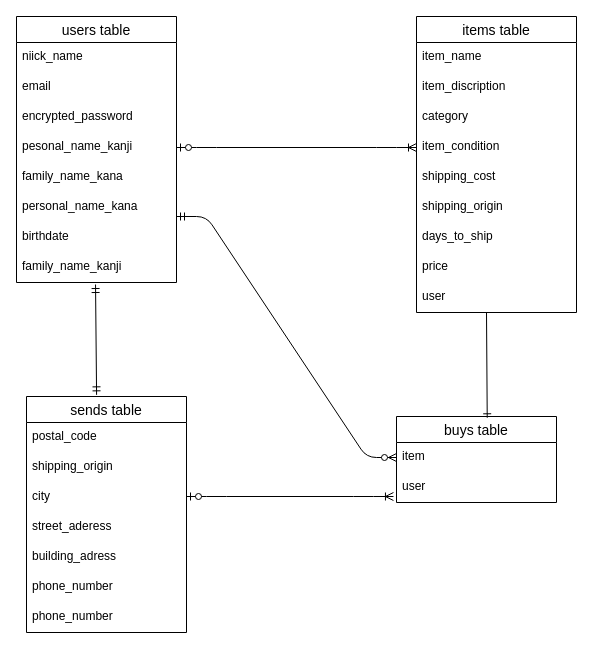
The draw.io diagram furima.dio in jony884/furima-39676, before the edit. Source tidied: cells renumbered, new cells numbered last; positions are measured from the earlier drawing's top-left corner, leaving out a move shared by most shapes. Both pictures are drawn from the tidied source at 100%, with x=0, y=0 at pixel (16, 16).
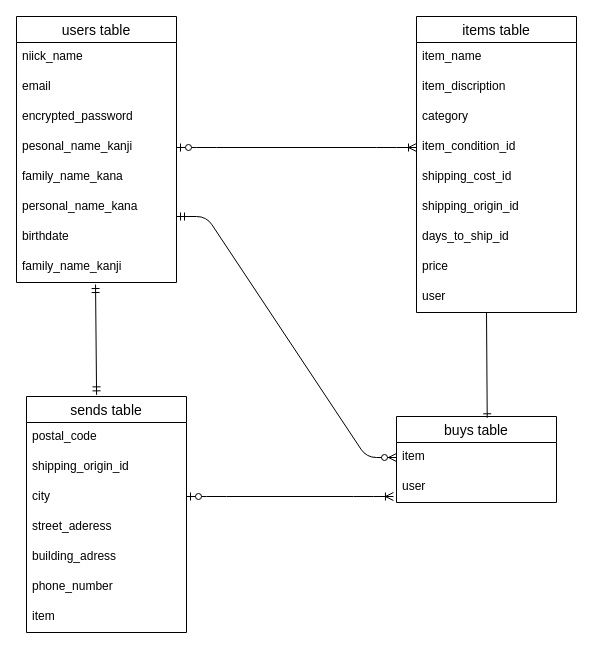
The same page after the edit.

Unchanged cells that the change refers to:
```xml
<mxCell id="11" value="items table" style="swimlane;fontStyle=0;horizontal=1;startSize=26;align=center;fontSize=14;" parent="1" vertex="1">
  <mxGeometry x="400" width="160" height="296" as="geometry" />
</mxCell>
<mxCell id="25" value="sends table" style="swimlane;fontStyle=0;horizontal=1;startSize=26;align=center;fontSize=14;" parent="1" vertex="1">
  <mxGeometry x="10" y="380" width="160" height="236" as="geometry" />
</mxCell>
```

The edit, as a diff of the source:
```diff
@@
-    <mxCell id="15" value="item_condition" style="text;strokeColor=none;fillColor=none;spacingLeft=4;spacingRight=4;overflow=hidden;points=[[0,0.5],[1,0.5]];portConstraint=eastwest;fontSize=12;" parent="11" vertex="1">
+    <mxCell id="15" value="item_condition_id" style="text;strokeColor=none;fillColor=none;spacingLeft=4;spacingRight=4;overflow=hidden;points=[[0,0.5],[1,0.5]];portConstraint=eastwest;fontSize=12;" parent="11" vertex="1">
       <mxGeometry y="116" width="160" height="30" as="geometry" />
     </mxCell>
-    <mxCell id="16" value="shipping_cost" style="text;strokeColor=none;fillColor=none;spacingLeft=4;spacingRight=4;overflow=hidden;fontSize=12;" parent="11" vertex="1">
+    <mxCell id="16" value="shipping_cost_id" style="text;strokeColor=none;fillColor=none;spacingLeft=4;spacingRight=4;overflow=hidden;fontSize=12;" parent="11" vertex="1">
       <mxGeometry y="146" width="160" height="30" as="geometry" />
     </mxCell>
-    <mxCell id="17" value="shipping_origin" style="text;strokeColor=none;fillColor=none;spacingLeft=4;spacingRight=4;overflow=hidden;fontSize=12;" parent="11" vertex="1">
+    <mxCell id="17" value="shipping_origin_id" style="text;strokeColor=none;fillColor=none;spacingLeft=4;spacingRight=4;overflow=hidden;fontSize=12;" parent="11" vertex="1">
       <mxGeometry y="176" width="160" height="30" as="geometry" />
     </mxCell>
-    <mxCell id="18" value="days_to_ship" style="text;strokeColor=none;fillColor=none;spacingLeft=4;spacingRight=4;overflow=hidden;fontSize=12;" parent="11" vertex="1">
+    <mxCell id="18" value="days_to_ship_id" style="text;strokeColor=none;fillColor=none;spacingLeft=4;spacingRight=4;overflow=hidden;fontSize=12;" parent="11" vertex="1">
       <mxGeometry y="206" width="160" height="30" as="geometry" />
     </mxCell>
@@
-    <mxCell id="27" value="shipping_origin" style="text;strokeColor=none;fillColor=none;spacingLeft=4;spacingRight=4;overflow=hidden;fontSize=12;" parent="25" vertex="1">
+    <mxCell id="27" value="shipping_origin_id" style="text;strokeColor=none;fillColor=none;spacingLeft=4;spacingRight=4;overflow=hidden;fontSize=12;" parent="25" vertex="1">
       <mxGeometry y="56" width="160" height="30" as="geometry" />
     </mxCell>
@@
-    <mxCell id="32" value="phone_number" style="text;strokeColor=none;fillColor=none;spacingLeft=4;spacingRight=4;overflow=hidden;fontSize=12;" parent="25" vertex="1">
+    <mxCell id="32" value="item" style="text;strokeColor=none;fillColor=none;spacingLeft=4;spacingRight=4;overflow=hidden;fontSize=12;" parent="25" vertex="1">
       <mxGeometry y="206" width="160" height="30" as="geometry" />
     </mxCell>
```
